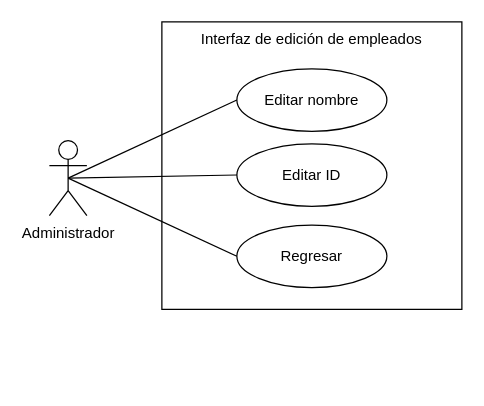
Above: Editar datos empleado.drawio in Ovills/analisis (draw.io), before the change. Source tidied: cells renumbered, new cells numbered last; positions are measured from the earlier drawing's top-left corner, leaving out a move shared by most shapes. Both pictures are drawn from the tidied source at 125%, with x=0, y=0 at pixel (49, 21).
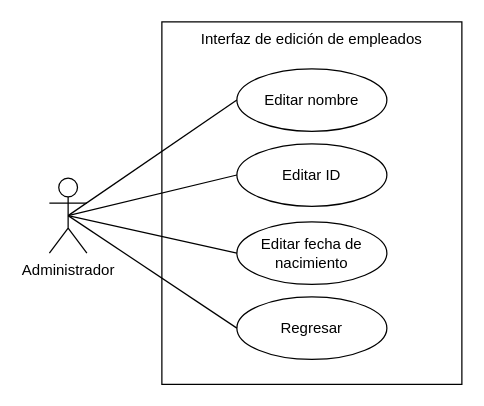
After the change.

What changed in the source:
```diff
@@
 <mxGraphModel>
   <root>
     <mxCell id="0" />
     <mxCell id="1" parent="0" />
     <mxCell id="2" value="Administrador" style="shape=umlActor;verticalLabelPosition=bottom;verticalAlign=top;html=1;outlineConnect=0;fillColor=none;" parent="1" vertex="1">
-      <mxGeometry y="95" width="30" height="60" as="geometry" />
+      <mxGeometry y="125" width="30" height="60" as="geometry" />
     </mxCell>
     <mxCell id="3" value="Interfaz de edición de empleados" style="rounded=0;whiteSpace=wrap;html=1;fillColor=none;verticalAlign=top;" parent="1" vertex="1">
-      <mxGeometry x="90" width="240" height="230" as="geometry" />
+      <mxGeometry x="90" width="240" height="290" as="geometry" />
     </mxCell>
     <mxCell id="4" value="Editar nombre" style="ellipse;whiteSpace=wrap;html=1;fillColor=none;" parent="1" vertex="1">
       <mxGeometry x="150" y="37.5" width="120" height="50" as="geometry" />
     </mxCell>
     <mxCell id="5" value="Editar ID" style="ellipse;whiteSpace=wrap;html=1;fillColor=none;" parent="1" vertex="1">
       <mxGeometry x="150" y="97.5" width="120" height="50" as="geometry" />
     </mxCell>
     <mxCell id="6" style="endArrow=none;html=1;rounded=0;entryX=0;entryY=0.5;entryDx=0;entryDy=0;exitX=0.5;exitY=0.5;exitDx=0;exitDy=0;exitPerimeter=0;" parent="1" edge="1" source="2" target="4">
       <mxGeometry relative="1" as="geometry" />
     </mxCell>
     <mxCell id="7" style="endArrow=none;html=1;rounded=0;exitX=0.5;exitY=0.5;exitDx=0;exitDy=0;exitPerimeter=0;entryX=0;entryY=0.5;entryDx=0;entryDy=0;" parent="1" edge="1" source="2" target="5">
       <mxGeometry relative="1" as="geometry" />
     </mxCell>
-    <mxCell id="8" value="Regresar" style="ellipse;whiteSpace=wrap;html=1;fillColor=none;" parent="1" vertex="1">
-      <mxGeometry x="150" y="162.5" width="120" height="50" as="geometry" />
+    <mxCell id="8" value="Editar fecha de nacimiento" style="ellipse;whiteSpace=wrap;html=1;fillColor=none;" parent="1" vertex="1">
+      <mxGeometry x="150" y="160" width="120" height="50" as="geometry" />
     </mxCell>
     <mxCell id="9" style="endArrow=none;html=1;rounded=0;exitX=0.5;exitY=0.5;exitDx=0;exitDy=0;exitPerimeter=0;entryX=0;entryY=0.5;entryDx=0;entryDy=0;" parent="1" edge="1" source="2" target="8">
       <mxGeometry relative="1" as="geometry" />
     </mxCell>
+    <mxCell id="10" value="Regresar" style="ellipse;whiteSpace=wrap;html=1;fillColor=none;" parent="1" vertex="1">
+      <mxGeometry x="150" y="220" width="120" height="50" as="geometry" />
+    </mxCell>
+    <mxCell id="11" style="endArrow=none;html=1;rounded=0;exitX=0.5;exitY=0.5;exitDx=0;exitDy=0;exitPerimeter=0;entryX=0;entryY=0.5;entryDx=0;entryDy=0;" parent="1" edge="1" source="2" target="10">
+      <mxGeometry relative="1" as="geometry" />
+    </mxCell>
   </root>
 </mxGraphModel>
```
